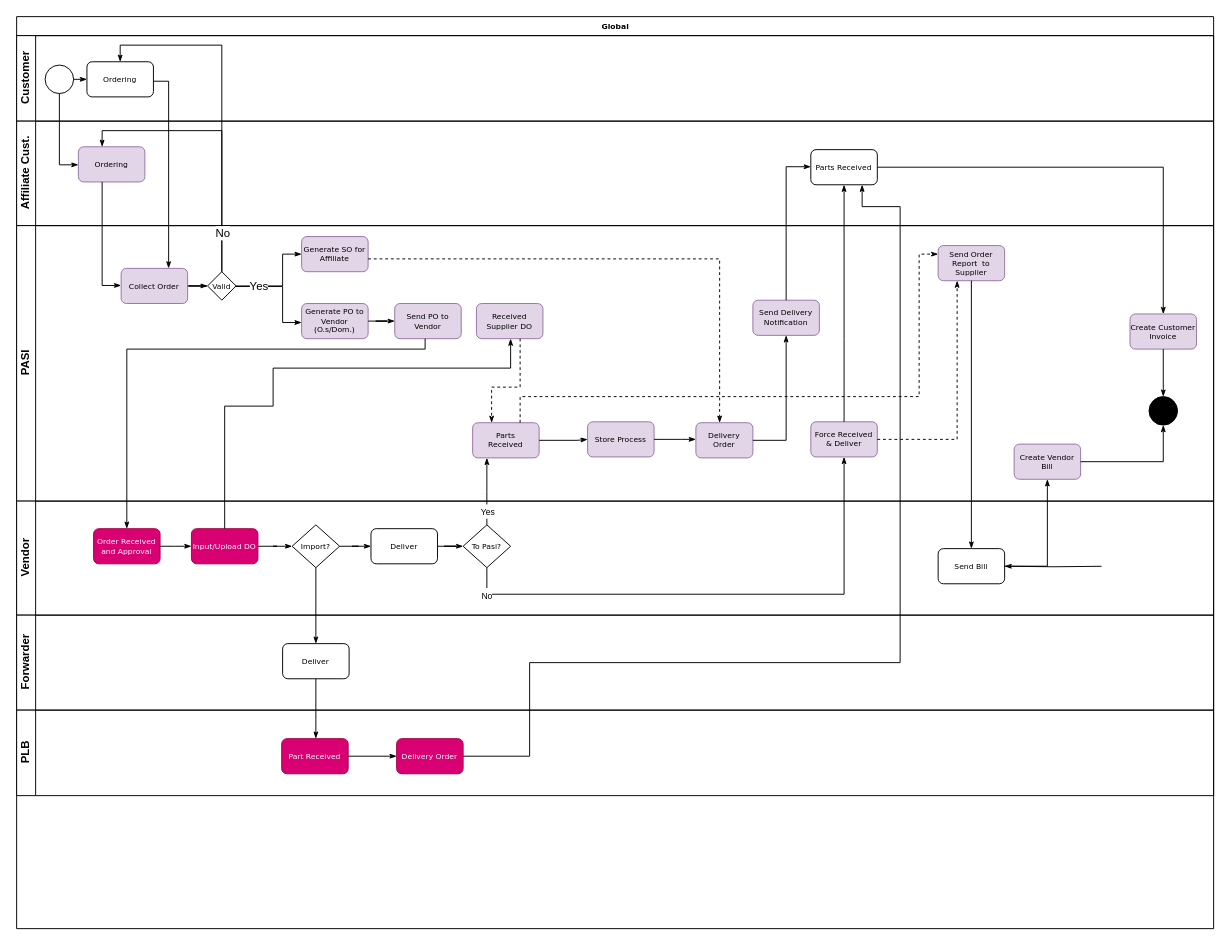
Above: page "0. Global" (1 of 8) of PASI - PPS.drawio in hendrasaputra0501/pasi-bpa (draw.io), before the change. Source tidied: cells renumbered, new cells numbered last; positions are measured from the earlier drawing's top-left corner, leaving out a move shared by most shapes. Both pictures are drawn from the tidied source at 95%, with x=0, y=0 at pixel (16, 16).
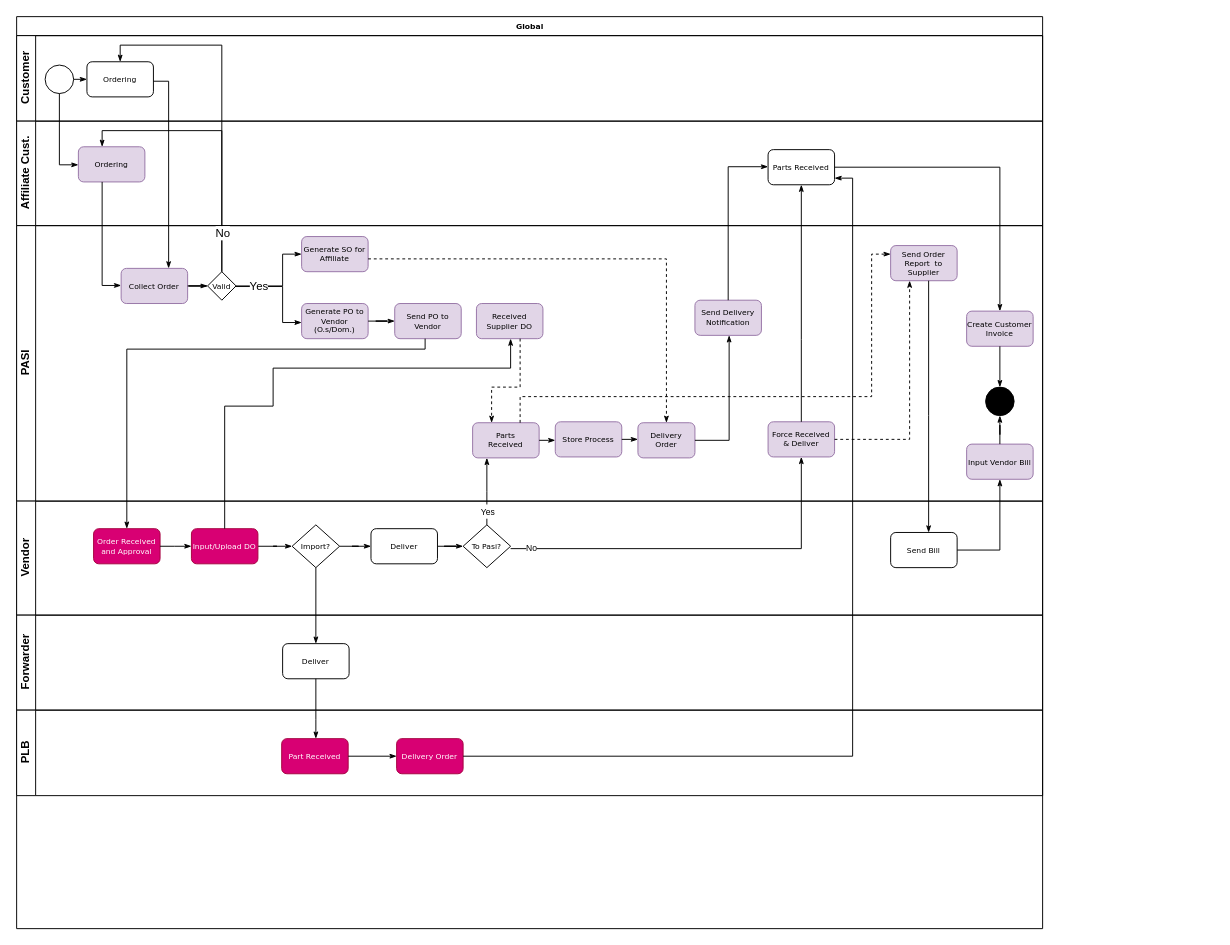
Above is the later version.

Unchanged cells that the change refers to:
```xml
<mxCell id="14" value="Generate SO for Affiliate" style="rounded=1;whiteSpace=wrap;html=1;shadow=0;labelBackgroundColor=none;strokeWidth=1;fontFamily=Verdana;fontSize=8;align=center;fillColor=#e1d5e7;strokeColor=#9673a6;" parent="10" vertex="1">
  <mxGeometry x="300" y="11.5" width="70" height="37" as="geometry" />
</mxCell>
<mxCell id="25" value="&lt;div&gt;Parts&lt;/div&gt;&lt;div&gt;Received&lt;/div&gt;" style="rounded=1;whiteSpace=wrap;html=1;shadow=0;labelBackgroundColor=none;strokeWidth=1;fontFamily=Verdana;fontSize=8;align=center;fillColor=#e1d5e7;strokeColor=#9673a6;" parent="10" vertex="1">
  <mxGeometry x="480" y="207.5" width="70" height="37" as="geometry" />
</mxCell>
<mxCell id="48" value="To Pasi?" style="strokeWidth=1;html=1;shape=mxgraph.flowchart.decision;whiteSpace=wrap;rounded=1;shadow=0;labelBackgroundColor=none;fontFamily=Verdana;fontSize=8;align=center;" parent="41" vertex="1">
  <mxGeometry x="470" y="25" width="50" height="45" as="geometry" />
</mxCell>
<mxCell id="74" value="Delivery Order" style="rounded=1;whiteSpace=wrap;html=1;shadow=0;labelBackgroundColor=none;strokeWidth=1;fontFamily=Verdana;fontSize=8;align=center;strokeColor=#A50040;verticalAlign=middle;fontColor=#ffffff;fillColor=#d80073;" parent="72" vertex="1">
  <mxGeometry x="400" y="30" width="70" height="37" as="geometry" />
</mxCell>
```

Diff of the diagram source:
```diff
@@
     <mxCell id="2" value="Global" style="swimlane;html=1;horizontal=1;startSize=20;rounded=0;shadow=0;labelBackgroundColor=none;strokeWidth=1;fontFamily=Verdana;fontSize=8;align=center;" parent="1" vertex="1">
-      <mxGeometry width="1260" height="960" as="geometry" />
+      <mxGeometry width="1080" height="960" as="geometry" />
     </mxCell>
     <mxCell id="3" value="&lt;div&gt;Customer&lt;/div&gt;" style="swimlane;html=1;startSize=20;horizontal=0;" parent="2" vertex="1">
-      <mxGeometry y="20" width="1260" height="90" as="geometry" />
+      <mxGeometry y="20" width="1080" height="90" as="geometry" />
     </mxCell>
@@
     <mxCell id="7" value="Affiliate Cust." style="swimlane;html=1;startSize=20;horizontal=0;" parent="2" vertex="1">
-      <mxGeometry y="110" width="1260" height="110" as="geometry" />
+      <mxGeometry y="110" width="1080" height="110" as="geometry" />
     </mxCell>
@@
     <mxCell id="9" value="Parts Received" style="rounded=1;whiteSpace=wrap;html=1;shadow=0;labelBackgroundColor=none;strokeWidth=1;fontFamily=Verdana;fontSize=8;align=center;" parent="7" vertex="1">
-      <mxGeometry x="836" y="30" width="70" height="37" as="geometry" />
+      <mxGeometry x="791" y="30" width="70" height="37" as="geometry" />
     </mxCell>
     <mxCell id="10" value="PASI" style="swimlane;html=1;startSize=20;horizontal=0;" parent="2" vertex="1">
-      <mxGeometry y="220" width="1260" height="290" as="geometry" />
+      <mxGeometry y="220" width="1080" height="290" as="geometry" />
     </mxCell>
@@
     <mxCell id="21" value="Send Order Report&amp;nbsp; to Supplier" style="rounded=1;whiteSpace=wrap;html=1;shadow=0;labelBackgroundColor=none;strokeWidth=1;fontFamily=Verdana;fontSize=8;align=center;fillColor=#e1d5e7;strokeColor=#9673a6;" parent="10" vertex="1">
-      <mxGeometry x="970" y="21" width="70" height="37" as="geometry" />
+      <mxGeometry x="920" y="21" width="70" height="37" as="geometry" />
     </mxCell>
@@
     <mxCell id="23" value="Send Delivery Notification" style="rounded=1;whiteSpace=wrap;html=1;shadow=0;labelBackgroundColor=none;strokeWidth=1;fontFamily=Verdana;fontSize=8;align=center;fillColor=#e1d5e7;strokeColor=#9673a6;" parent="10" vertex="1">
-      <mxGeometry x="775" y="78.5" width="70" height="37" as="geometry" />
+      <mxGeometry x="714" y="78.5" width="70" height="37" as="geometry" />
     </mxCell>
-    <mxCell id="24" value="Create Vendor Bill" style="rounded=1;whiteSpace=wrap;html=1;shadow=0;labelBackgroundColor=none;strokeWidth=1;fontFamily=Verdana;fontSize=8;align=center;fillColor=#e1d5e7;strokeColor=#9673a6;" parent="10" vertex="1">
-      <mxGeometry x="1050" y="230" width="70" height="37" as="geometry" />
+    <mxCell id="24" value="Input Vendor Bill" style="rounded=1;whiteSpace=wrap;html=1;shadow=0;labelBackgroundColor=none;strokeWidth=1;fontFamily=Verdana;fontSize=8;align=center;fillColor=#e1d5e7;strokeColor=#9673a6;" parent="10" vertex="1">
+      <mxGeometry x="1000" y="230" width="70" height="37" as="geometry" />
     </mxCell>
@@
     <mxCell id="26" style="edgeStyle=orthogonalEdgeStyle;rounded=0;html=1;labelBackgroundColor=none;startArrow=none;startFill=0;startSize=5;endArrow=classicThin;endFill=1;endSize=5;jettySize=auto;strokeWidth=1;fontFamily=Verdana;fontSize=8;dashed=1;" parent="10" edge="1" source="25" target="21">
       <mxGeometry relative="1" as="geometry">
         <Array as="points">
           <mxPoint x="530" y="180" />
-          <mxPoint x="950" y="180" />
-          <mxPoint x="950" y="30" />
+          <mxPoint x="900" y="180" />
+          <mxPoint x="900" y="30" />
         </Array>
       </mxGeometry>
     </mxCell>
@@
     <mxCell id="28" value="Store Process" style="rounded=1;whiteSpace=wrap;html=1;shadow=0;labelBackgroundColor=none;strokeWidth=1;fontFamily=Verdana;fontSize=8;align=center;fillColor=#e1d5e7;strokeColor=#9673a6;" parent="10" vertex="1">
-      <mxGeometry x="601" y="206.5" width="70" height="37" as="geometry" />
+      <mxGeometry x="567" y="206.5" width="70" height="37" as="geometry" />
     </mxCell>
-    <mxCell id="29" style="edgeStyle=orthogonalEdgeStyle;rounded=0;html=1;labelBackgroundColor=none;startArrow=none;startFill=0;startSize=5;endArrow=classicThin;endFill=1;endSize=5;jettySize=auto;strokeWidth=1;fontFamily=Verdana;fontSize=8;entryX=0;entryY=0.5;entryDx=0;entryDy=0;exitX=1;exitY=0.5;exitDx=0;exitDy=0;" parent="10" edge="1" source="25" target="28">
+    <mxCell id="29" style="edgeStyle=orthogonalEdgeStyle;rounded=0;html=1;labelBackgroundColor=none;startArrow=none;startFill=0;startSize=5;endArrow=classicThin;endFill=1;endSize=5;jettySize=auto;strokeWidth=1;fontFamily=Verdana;fontSize=8;" parent="10" edge="1" source="25" target="28">
       <mxGeometry relative="1" as="geometry">
         <Array as="points">
-          <mxPoint x="590" y="226" />
-          <mxPoint x="590" y="226" />
+          <mxPoint x="560" y="226" />
+          <mxPoint x="560" y="226" />
         </Array>
       </mxGeometry>
     </mxCell>
     <mxCell id="30" value="Delivery Order" style="rounded=1;whiteSpace=wrap;html=1;shadow=0;labelBackgroundColor=none;strokeWidth=1;fontFamily=Verdana;fontSize=8;align=center;fillColor=#e1d5e7;strokeColor=#9673a6;" parent="10" vertex="1">
-      <mxGeometry x="715" y="207.5" width="60" height="37" as="geometry" />
+      <mxGeometry x="654" y="207.5" width="60" height="37" as="geometry" />
     </mxCell>
     <mxCell id="31" style="edgeStyle=orthogonalEdgeStyle;rounded=0;html=1;labelBackgroundColor=none;startArrow=none;startFill=0;startSize=5;endArrow=classicThin;endFill=1;endSize=5;jettySize=auto;strokeWidth=1;fontFamily=Verdana;fontSize=8;dashed=1;" parent="10" edge="1" source="14" target="30">
       <mxGeometry relative="1" as="geometry">
         <Array as="points">
-          <mxPoint x="740" y="35" />
+          <mxPoint x="684" y="35" />
         </Array>
       </mxGeometry>
     </mxCell>
     <mxCell id="32" style="edgeStyle=orthogonalEdgeStyle;rounded=0;html=1;labelBackgroundColor=none;startArrow=none;startFill=0;startSize=5;endArrow=classicThin;endFill=1;endSize=5;jettySize=auto;strokeWidth=1;fontFamily=Verdana;fontSize=8;" parent="10" edge="1" source="30" target="23">
       <mxGeometry relative="1" as="geometry">
         <Array as="points">
-          <mxPoint x="810" y="226" />
+          <mxPoint x="750" y="226" />
         </Array>
       </mxGeometry>
     </mxCell>
@@
     <mxCell id="34" value="&lt;div&gt;Force Received &amp;amp; Deliver&lt;/div&gt;" style="rounded=1;whiteSpace=wrap;html=1;shadow=0;labelBackgroundColor=none;strokeWidth=1;fontFamily=Verdana;fontSize=8;align=center;fillColor=#e1d5e7;strokeColor=#9673a6;" parent="10" vertex="1">
-      <mxGeometry x="836" y="206.5" width="70" height="37" as="geometry" />
+      <mxGeometry x="791" y="206.5" width="70" height="37" as="geometry" />
     </mxCell>
     <mxCell id="35" style="edgeStyle=orthogonalEdgeStyle;rounded=0;html=1;labelBackgroundColor=none;startArrow=none;startFill=0;startSize=5;endArrow=classicThin;endFill=1;endSize=5;jettySize=auto;strokeWidth=1;fontFamily=Verdana;fontSize=8;dashed=1;" parent="10" edge="1" source="34" target="21">
       <mxGeometry relative="1" as="geometry">
         <Array as="points">
-          <mxPoint x="990" y="225" />
+          <mxPoint x="940" y="225" />
         </Array>
       </mxGeometry>
     </mxCell>
     <mxCell id="36" style="ellipse;whiteSpace=wrap;html=1;rounded=0;shadow=0;labelBackgroundColor=none;strokeWidth=1;fontFamily=Verdana;fontSize=8;align=center;fillColor=#000000;" parent="10" vertex="1">
-      <mxGeometry x="1192" y="180" width="30" height="30" as="geometry" />
+      <mxGeometry x="1020" y="170" width="30" height="30" as="geometry" />
     </mxCell>
     <mxCell id="37" value="Create Customer Invoice" style="rounded=1;whiteSpace=wrap;html=1;shadow=0;labelBackgroundColor=none;strokeWidth=1;fontFamily=Verdana;fontSize=8;align=center;fillColor=#e1d5e7;strokeColor=#9673a6;" parent="10" vertex="1">
-      <mxGeometry x="1172" y="93" width="70" height="37" as="geometry" />
+      <mxGeometry x="1000" y="90" width="70" height="37" as="geometry" />
     </mxCell>
@@
     <mxCell id="41" value="Vendor" style="swimlane;html=1;startSize=20;horizontal=0;" parent="2" vertex="1">
-      <mxGeometry y="510" width="1260" height="120" as="geometry" />
+      <mxGeometry y="510" width="1080" height="120" as="geometry" />
     </mxCell>
@@
     <mxCell id="44" value="Send Bill" style="rounded=1;whiteSpace=wrap;html=1;shadow=0;labelBackgroundColor=none;strokeWidth=1;fontFamily=Verdana;fontSize=8;align=center;" parent="41" vertex="1">
-      <mxGeometry x="970" y="50" width="70" height="37" as="geometry" />
+      <mxGeometry x="920" y="33" width="70" height="37" as="geometry" />
     </mxCell>
@@
-    <mxCell id="47" style="edgeStyle=orthogonalEdgeStyle;rounded=0;html=1;labelBackgroundColor=none;startArrow=none;startFill=0;startSize=5;endArrow=classicThin;endFill=1;endSize=5;jettySize=auto;strokeWidth=1;fontFamily=Verdana;fontSize=8;" parent="41" edge="1" target="44">
-      <mxGeometry relative="1" as="geometry">
-        <mxPoint x="1142" y="68.6" as="sourcePoint" />
-      </mxGeometry>
-    </mxCell>
@@
     <mxCell id="56" style="edgeStyle=orthogonalEdgeStyle;rounded=0;html=1;labelBackgroundColor=none;startArrow=none;startFill=0;startSize=5;endArrow=classicThin;endFill=1;endSize=5;jettySize=auto;strokeWidth=1;fontFamily=Verdana;fontSize=8;" parent="2" edge="1" source="48" target="34">
       <mxGeometry relative="1" as="geometry">
         <Array as="points">
-          <mxPoint x="871" y="608" />
+          <mxPoint x="826" y="560" />
         </Array>
       </mxGeometry>
     </mxCell>
     <mxCell id="57" value="&lt;font style=&quot;font-size: 9px;&quot;&gt;No&lt;/font&gt;" style="edgeLabel;html=1;align=center;verticalAlign=middle;fontSize=12;" parent="56" vertex="1">
       <mxGeometry x="-0.81" y="3" relative="1" as="geometry">
-        <mxPoint x="-25" y="3" as="offset" />
+        <mxPoint x="-17" y="1" as="offset" />
       </mxGeometry>
     </mxCell>
     <mxCell id="58" style="edgeStyle=orthogonalEdgeStyle;rounded=0;html=1;labelBackgroundColor=none;startArrow=none;startFill=0;startSize=5;endArrow=classicThin;endFill=1;endSize=5;jettySize=auto;strokeWidth=1;fontFamily=Verdana;fontSize=8;" parent="2" edge="1" source="23" target="9">
       <mxGeometry relative="1" as="geometry">
         <Array as="points">
-          <mxPoint x="810" y="158" />
+          <mxPoint x="749" y="158" />
         </Array>
       </mxGeometry>
     </mxCell>
@@
     <mxCell id="60" style="edgeStyle=orthogonalEdgeStyle;rounded=0;html=1;labelBackgroundColor=none;startArrow=none;startFill=0;startSize=5;endArrow=classicThin;endFill=1;endSize=5;jettySize=auto;strokeWidth=1;fontFamily=Verdana;fontSize=8;" parent="2" edge="1" source="21" target="44">
       <mxGeometry relative="1" as="geometry">
         <Array as="points">
-          <mxPoint x="1005" y="579" />
+          <mxPoint x="960" y="420" />
+          <mxPoint x="960" y="420" />
         </Array>
       </mxGeometry>
     </mxCell>
@@
     <mxCell id="63" style="edgeStyle=orthogonalEdgeStyle;rounded=0;html=1;labelBackgroundColor=none;startArrow=none;startFill=0;startSize=5;endArrow=classicThin;endFill=1;endSize=5;jettySize=auto;strokeWidth=1;fontFamily=Verdana;fontSize=8;" parent="2" edge="1" source="34" target="9">
       <mxGeometry relative="1" as="geometry">
         <Array as="points">
-          <mxPoint x="871" y="340" />
-          <mxPoint x="871" y="340" />
+          <mxPoint x="826" y="340" />
+          <mxPoint x="826" y="340" />
         </Array>
       </mxGeometry>
     </mxCell>
@@
     <mxCell id="67" style="edgeStyle=orthogonalEdgeStyle;rounded=0;html=1;labelBackgroundColor=none;startArrow=none;startFill=0;startSize=5;endArrow=classicThin;endFill=1;endSize=5;jettySize=auto;strokeWidth=1;fontFamily=Verdana;fontSize=8;" parent="2" edge="1" source="9" target="37">
       <mxGeometry relative="1" as="geometry">
         <Array as="points">
-          <mxPoint x="1207" y="158" />
+          <mxPoint x="1035" y="159" />
         </Array>
       </mxGeometry>
     </mxCell>
@@
     <mxCell id="69" value="Forwarder" style="swimlane;html=1;startSize=20;horizontal=0;" parent="2" vertex="1">
-      <mxGeometry y="630" width="1260" height="100" as="geometry" />
+      <mxGeometry y="630" width="1080" height="100" as="geometry" />
     </mxCell>
@@
     <mxCell id="72" value="PLB" style="swimlane;html=1;startSize=20;horizontal=0;" parent="2" vertex="1">
-      <mxGeometry y="730" width="1260" height="90" as="geometry" />
+      <mxGeometry y="730" width="1080" height="90" as="geometry" />
     </mxCell>
@@
     <mxCell id="77" style="edgeStyle=orthogonalEdgeStyle;rounded=0;html=1;labelBackgroundColor=none;startArrow=none;startFill=0;startSize=5;endArrow=classicThin;endFill=1;endSize=5;jettySize=auto;strokeWidth=1;fontFamily=Verdana;fontSize=8;" parent="2" edge="1" source="74" target="9">
       <mxGeometry relative="1" as="geometry">
         <Array as="points">
-          <mxPoint x="540" y="779" />
-          <mxPoint x="540" y="680" />
-          <mxPoint x="930" y="680" />
-          <mxPoint x="930" y="200" />
-          <mxPoint x="890" y="200" />
+          <mxPoint x="880" y="779" />
+          <mxPoint x="880" y="170" />
         </Array>
       </mxGeometry>
     </mxCell>
```
